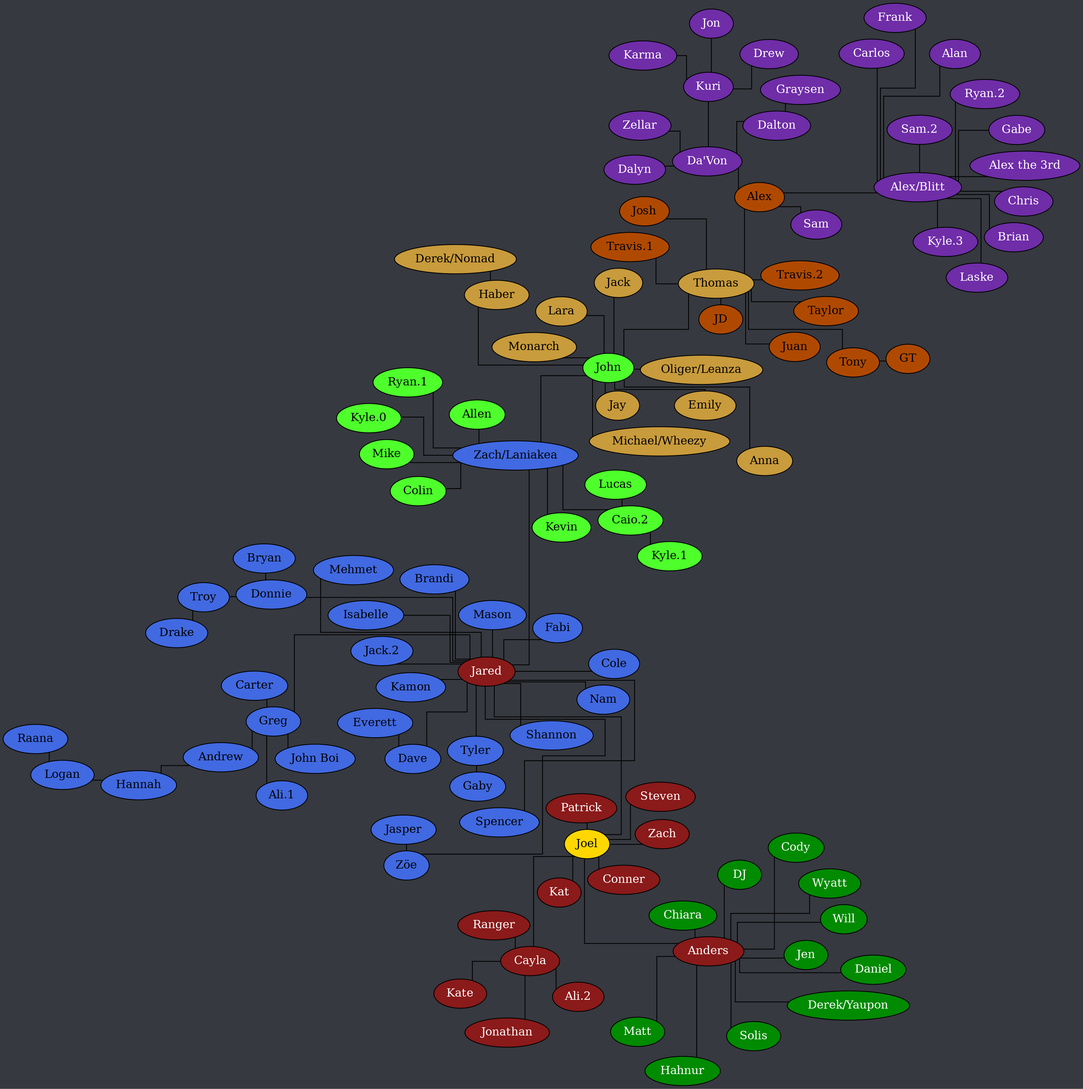
Before: tree.png, a diagram exported from Graphviz (Documidas/CoronaCatzFamilyTree). Its source is kept beside it as tree.dot.
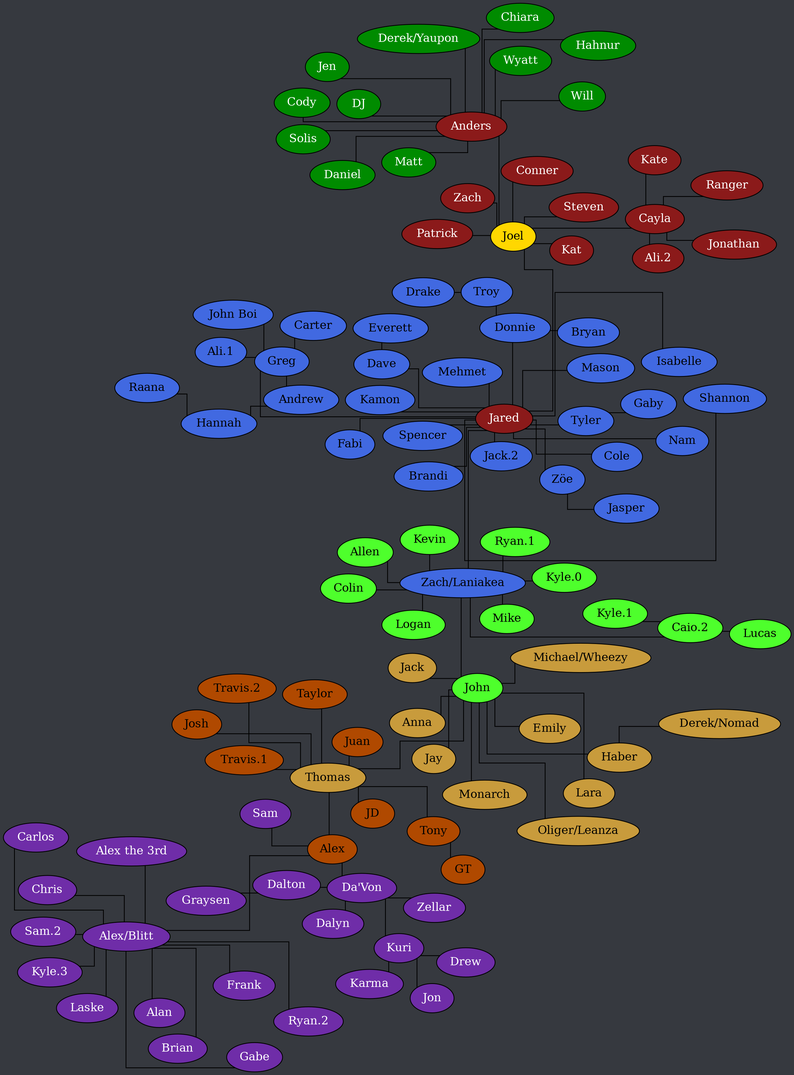
Later version of the same file.

Commit message:
Remove original Logan, add new Logan

The edit, as a diff of the source:
```diff
@@ -56,7 +56,7 @@
 		Greg -- Andrew;
 		Greg -- Carter;
 		Greg -- "John Boi";
-		Hannah -- Logan;
+		Hannah -- Raana;
 		Jared -- Brandi;
 		Jared -- Dave;
 		Jared -- Donnie;
@@ -74,7 +74,6 @@
 		Jared -- Tyler;
 		Jared -- "Zach/Laniakea";
 		Jared -- "Zöe";
-		Logan -- Raana;
 		Troy -- Drake;
 		Tyler -- Gaby;
 		"Zöe" -- Jasper;
@@ -89,6 +88,7 @@
 		"Zach/Laniakea" -- "Caio.2";
 		"Zach/Laniakea" -- Colin;
 		"Zach/Laniakea" -- John;
+		"Zach/Laniakea" -- Logan;
 		"Zach/Laniakea" -- Kevin;
 		"Zach/Laniakea" -- "Kyle.0";
 		"Zach/Laniakea" -- Mike;
```
